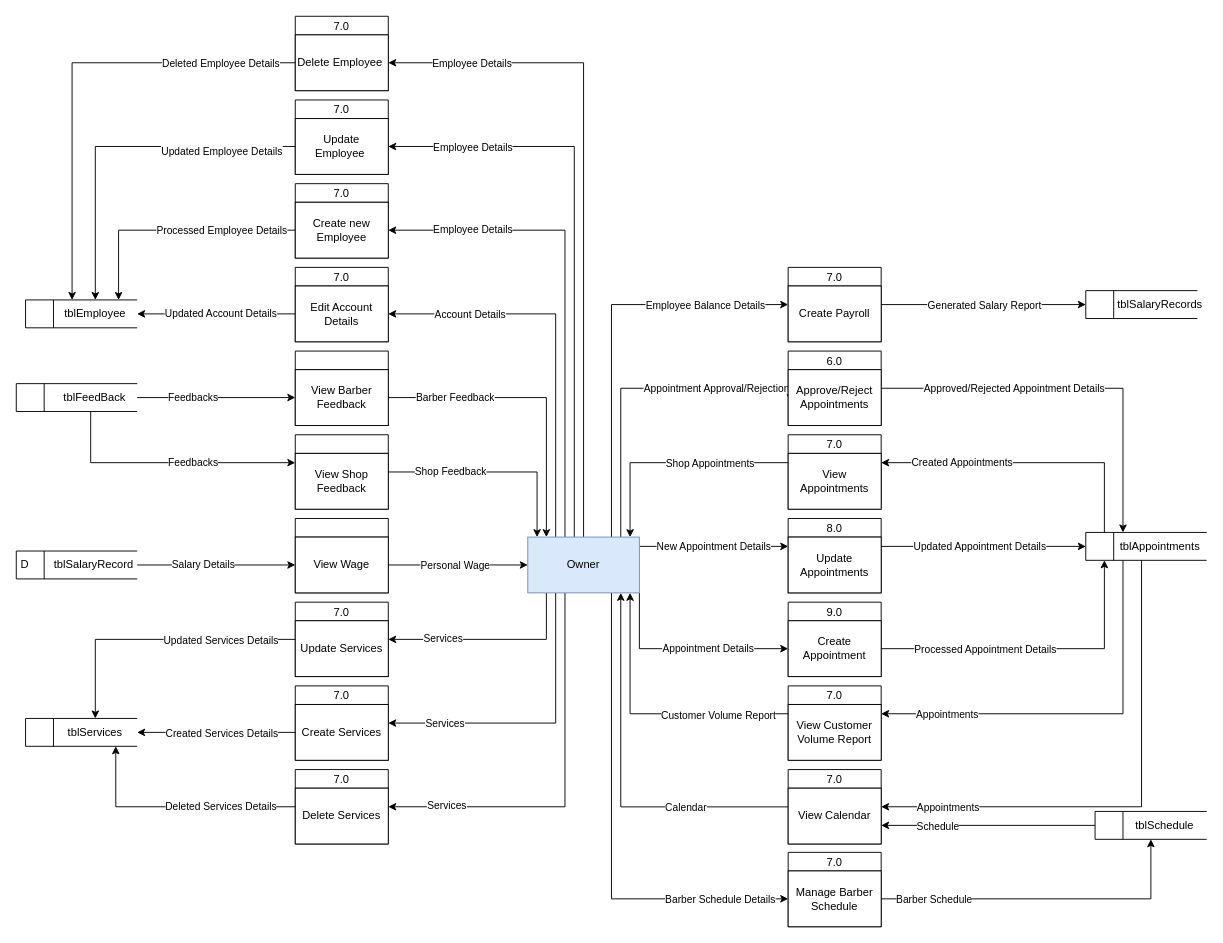
Before: page "Owner" (1 of 5) of Diagrams/Data flow.drawio in iampotato16/AppointCut, a draw.io diagram. Source tidied: cells renumbered, new cells numbered last; positions are measured from the earlier drawing's top-left corner, leaving out a move shared by most shapes. Both pictures are drawn from the tidied source at 93%, with x=0, y=0 at pixel (16, 16).
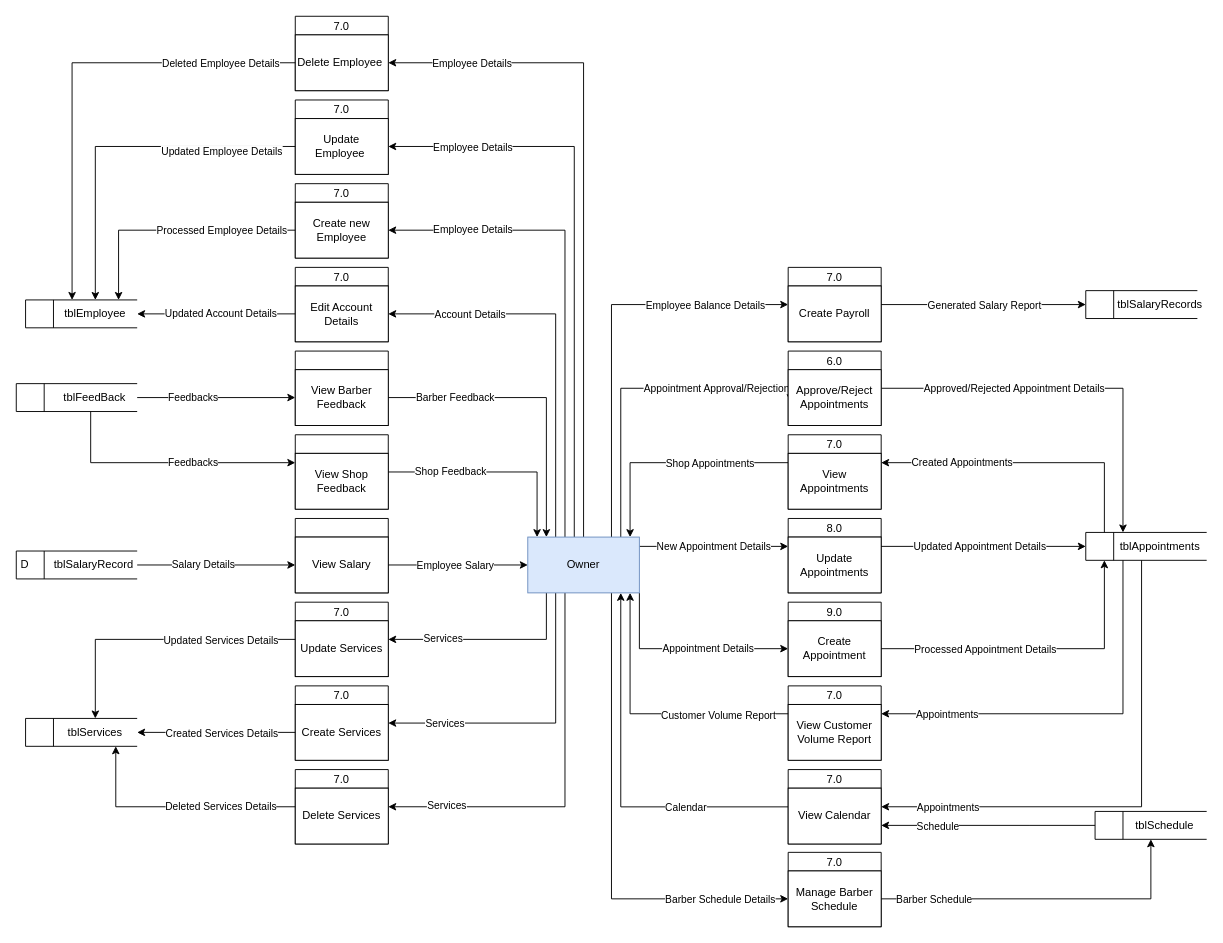
Above is the later version.

Unchanged cells that the change refers to:
```xml
<mxCell id="36" style="swimlane;fontStyle=0;horizontal=1;startSize=20;fillColor=#ffffff;swimlaneFillColor=#ffffff;" parent="1" vertex="1">
  <mxGeometry x="300" y="540" width="100" height="80" as="geometry" />
</mxCell>
<mxCell id="44" style="edgeStyle=orthogonalEdgeStyle;rounded=0;jettySize=auto;html=1;startArrow=none;startFill=0;endArrow=classic;endFill=1;" parent="1" edge="1" source="37" target="26">
  <mxGeometry relative="1" as="geometry">
    <Array as="points">
      <mxPoint x="460" y="590" />
      <mxPoint x="460" y="590" />
    </Array>
  </mxGeometry>
</mxCell>
```

Diff of the diagram source:
```diff
@@
-    <mxCell id="37" value="View Wage" style="rounded=0;whiteSpace=wrap;html=1;" parent="36" vertex="1">
+    <mxCell id="37" value="View Salary" style="rounded=0;whiteSpace=wrap;html=1;" parent="36" vertex="1">
       <mxGeometry y="20" width="100" height="60" as="geometry" />
     </mxCell>
@@
-    <mxCell id="45" value="Personal Wage" style="edgeLabel;html=1;align=center;verticalAlign=middle;" parent="44" vertex="1">
+    <mxCell id="45" value="Employee Salary" style="edgeLabel;html=1;align=center;verticalAlign=middle;" parent="44" vertex="1">
       <mxGeometry x="-0.63" y="1" relative="1" as="geometry">
         <mxPoint x="43" y="1" as="offset" />
       </mxGeometry>
     </mxCell>
```
